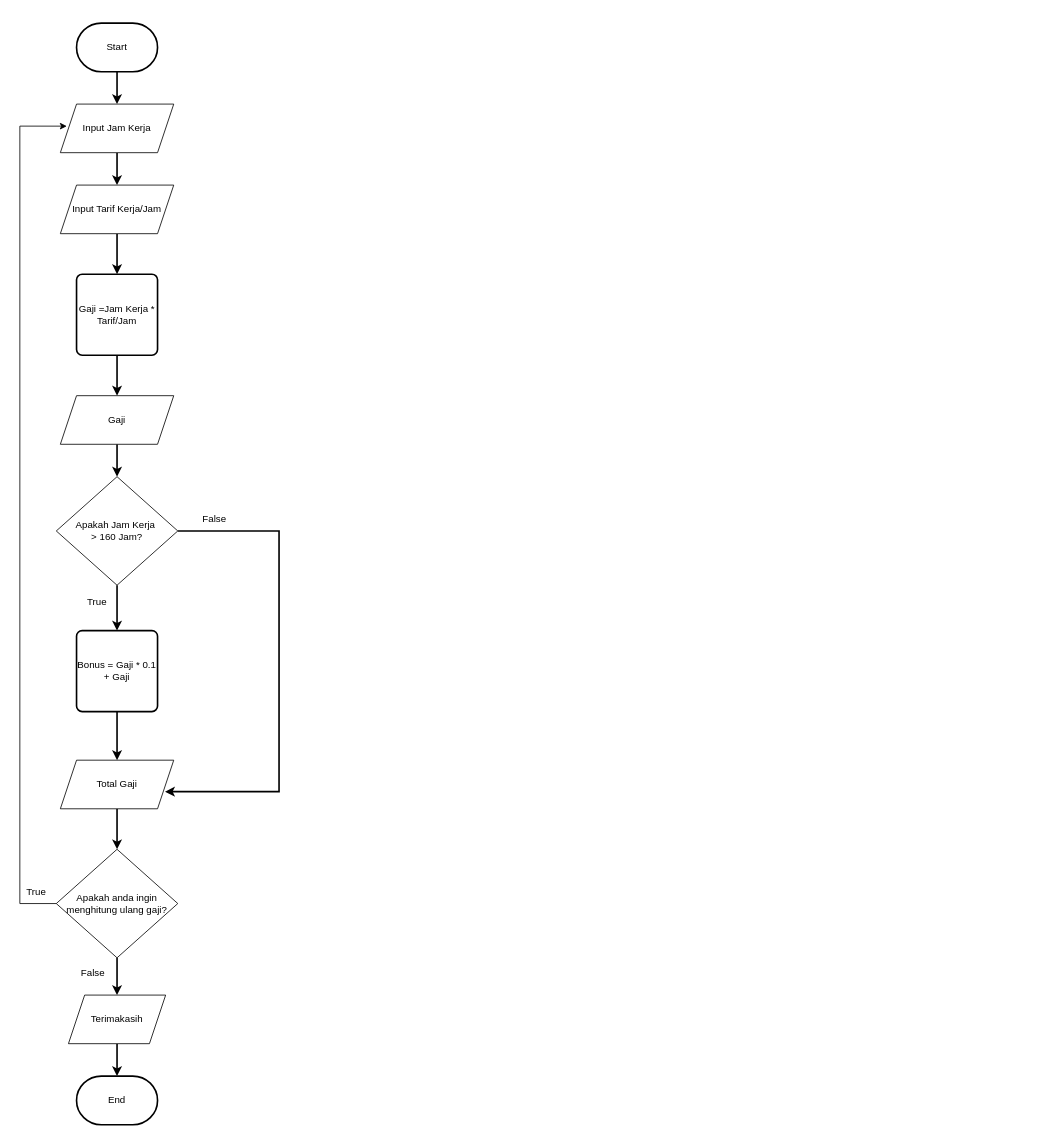
Above: Diagram Tanpa Judul.drawio in dffasyhrndy/Mini-Project-1 (draw.io), before the change. Source tidied: cells renumbered, new cells numbered last; positions are measured from the earlier drawing's top-left corner, leaving out a move shared by most shapes. Both pictures are drawn from the tidied source at 81%, with x=0, y=0 at pixel (15, 23).
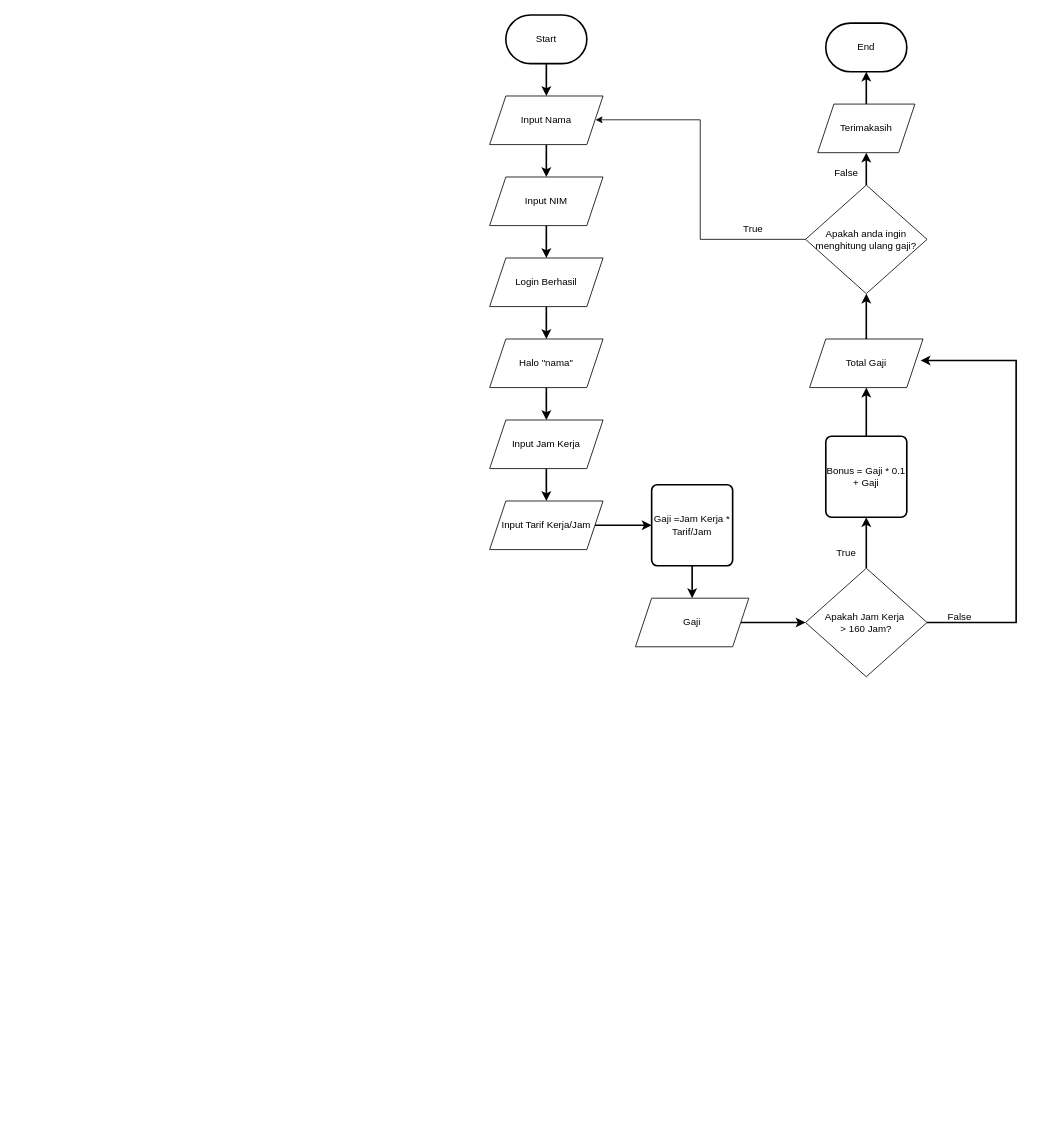
After the change.

Diff of the diagram source:
```diff
@@
-    <mxCell id="2" style="edgeStyle=orthogonalEdgeStyle;rounded=0;jettySize=auto;html=1;strokeWidth=2;" parent="1" edge="1" source="3" target="5">
-      <mxGeometry relative="1" as="geometry" />
-    </mxCell>
+    <mxCell id="29" style="edgeStyle=orthogonalEdgeStyle;rounded=0;jettySize=auto;html=1;strokeWidth=2;" parent="1" edge="1" source="3" target="31">
+      <mxGeometry relative="1" as="geometry" />
+    </mxCell>
     <mxCell id="3" value="Start" style="strokeWidth=2;html=1;shape=mxgraph.flowchart.terminator;whiteSpace=wrap;" parent="1" vertex="1">
-      <mxGeometry x="75" width="100" height="60" as="geometry" />
+      <mxGeometry x="605" y="-10" width="100" height="60" as="geometry" />
     </mxCell>
+    <mxCell id="30" style="edgeStyle=orthogonalEdgeStyle;rounded=0;jettySize=auto;html=1;strokeWidth=2;" parent="1" edge="1" source="31" target="33">
+      <mxGeometry relative="1" as="geometry" />
+    </mxCell>
+    <mxCell id="31" value="Input Nama" style="shape=parallelogram;perimeter=parallelogramPerimeter;whiteSpace=wrap;html=1;fixedSize=1;" parent="1" vertex="1">
+      <mxGeometry x="585" y="90" width="140" height="60" as="geometry" />
+    </mxCell>
+    <mxCell id="32" style="edgeStyle=orthogonalEdgeStyle;rounded=0;jettySize=auto;html=1;strokeWidth=2;" parent="1" edge="1" source="33" target="35">
+      <mxGeometry relative="1" as="geometry" />
+    </mxCell>
+    <mxCell id="33" value="Input NIM" style="shape=parallelogram;perimeter=parallelogramPerimeter;whiteSpace=wrap;html=1;fixedSize=1;" parent="1" vertex="1">
+      <mxGeometry x="585" y="190" width="140" height="60" as="geometry" />
+    </mxCell>
+    <mxCell id="34" style="edgeStyle=orthogonalEdgeStyle;rounded=0;jettySize=auto;html=1;strokeWidth=2;" parent="1" edge="1" source="35" target="37">
+      <mxGeometry relative="1" as="geometry" />
+    </mxCell>
+    <mxCell id="35" value="Login Berhasil" style="shape=parallelogram;perimeter=parallelogramPerimeter;whiteSpace=wrap;html=1;fixedSize=1;" parent="1" vertex="1">
+      <mxGeometry x="585" y="290" width="140" height="60" as="geometry" />
+    </mxCell>
+    <mxCell id="36" style="edgeStyle=orthogonalEdgeStyle;rounded=0;jettySize=auto;html=1;strokeWidth=2;" parent="1" edge="1" source="37" target="5">
+      <mxGeometry relative="1" as="geometry" />
+    </mxCell>
+    <mxCell id="37" value="Halo &quot;nama&quot;" style="shape=parallelogram;perimeter=parallelogramPerimeter;whiteSpace=wrap;html=1;fixedSize=1;" parent="1" vertex="1">
+      <mxGeometry x="585" y="390" width="140" height="60" as="geometry" />
+    </mxCell>
@@
     <mxCell id="5" value="Input Jam Kerja" style="shape=parallelogram;perimeter=parallelogramPerimeter;whiteSpace=wrap;html=1;fixedSize=1;" parent="1" vertex="1">
-      <mxGeometry x="55" y="100" width="140" height="60" as="geometry" />
+      <mxGeometry x="585" y="490" width="140" height="60" as="geometry" />
     </mxCell>
@@
     <mxCell id="7" value="Input Tarif Kerja/Jam" style="shape=parallelogram;perimeter=parallelogramPerimeter;whiteSpace=wrap;html=1;fixedSize=1;" parent="1" vertex="1">
-      <mxGeometry x="55" y="200" width="140" height="60" as="geometry" />
+      <mxGeometry x="585" y="590" width="140" height="60" as="geometry" />
     </mxCell>
@@
     <mxCell id="9" value="Gaji =Jam Kerja * Tarif/Jam" style="rounded=1;whiteSpace=wrap;html=1;absoluteArcSize=1;arcSize=14;strokeWidth=2;" parent="1" vertex="1">
-      <mxGeometry x="75" y="310" width="100" height="100" as="geometry" />
+      <mxGeometry x="785" y="570" width="100" height="100" as="geometry" />
     </mxCell>
@@
     <mxCell id="11" value="Gaji" style="shape=parallelogram;perimeter=parallelogramPerimeter;whiteSpace=wrap;html=1;fixedSize=1;" parent="1" vertex="1">
-      <mxGeometry x="55" y="460" width="140" height="60" as="geometry" />
+      <mxGeometry x="765" y="710" width="140" height="60" as="geometry" />
     </mxCell>
@@
     <mxCell id="13" value="Apakah Jam Kerja&amp;nbsp;&lt;div&gt;&amp;gt; 160 Jam?&lt;/div&gt;" style="rhombus;whiteSpace=wrap;html=1;" parent="1" vertex="1">
-      <mxGeometry x="50" y="560" width="150" height="134" as="geometry" />
+      <mxGeometry x="975" y="673" width="150" height="134" as="geometry" />
     </mxCell>
@@
     <mxCell id="15" value="Bonus = Gaji * 0.1 + Gaji" style="rounded=1;whiteSpace=wrap;html=1;absoluteArcSize=1;arcSize=14;strokeWidth=2;" parent="1" vertex="1">
-      <mxGeometry x="75" y="750" width="100" height="100" as="geometry" />
+      <mxGeometry x="1000" y="510" width="100" height="100" as="geometry" />
     </mxCell>
@@
     <mxCell id="17" value="Total Gaji" style="shape=parallelogram;perimeter=parallelogramPerimeter;whiteSpace=wrap;html=1;fixedSize=1;" parent="1" vertex="1">
-      <mxGeometry x="55" y="910" width="140" height="60" as="geometry" />
+      <mxGeometry x="980" y="390" width="140" height="60" as="geometry" />
     </mxCell>
-    <mxCell id="18" style="edgeStyle=orthogonalEdgeStyle;rounded=0;jettySize=auto;html=1;entryX=0.923;entryY=0.647;entryDx=0;entryDy=0;entryPerimeter=0;strokeWidth=2;" parent="1" edge="1" source="13" target="17">
+    <mxCell id="18" style="edgeStyle=orthogonalEdgeStyle;rounded=0;jettySize=auto;html=1;entryX=0.979;entryY=0.442;entryDx=0;entryDy=0;entryPerimeter=0;strokeWidth=2;" parent="1" edge="1" source="13" target="17">
       <mxGeometry relative="1" as="geometry">
         <Array as="points">
-          <mxPoint x="325" y="627" />
-          <mxPoint x="325" y="949" />
+          <mxPoint x="1235" y="740" />
+          <mxPoint x="1235" y="417" />
         </Array>
       </mxGeometry>
     </mxCell>
-    <mxCell id="19" value="False" style="text;html=1;align=center;verticalAlign=middle;strokeColor=none;fillColor=none;" parent="1" vertex="1">
-      <mxGeometry x="220" y="598" width="50" height="30" as="geometry" />
-    </mxCell>
-    <mxCell id="20" value="True" style="text;html=1;align=center;verticalAlign=middle;strokeColor=none;fillColor=none;" parent="1" vertex="1">
-      <mxGeometry x="75" y="700" width="50" height="30" as="geometry" />
-    </mxCell>
@@
     <mxCell id="22" value="Apakah anda ingin menghitung ulang gaji?" style="rhombus;whiteSpace=wrap;html=1;" parent="1" vertex="1">
-      <mxGeometry x="50" y="1020" width="150" height="134" as="geometry" />
+      <mxGeometry x="975" y="200" width="150" height="134" as="geometry" />
     </mxCell>
@@
     <mxCell id="24" value="Terimakasih" style="shape=parallelogram;perimeter=parallelogramPerimeter;whiteSpace=wrap;html=1;fixedSize=1;" parent="1" vertex="1">
-      <mxGeometry x="65" y="1200" width="120" height="60" as="geometry" />
+      <mxGeometry x="990" y="100" width="120" height="60" as="geometry" />
     </mxCell>
-    <mxCell id="25" value="False" style="text;html=1;align=center;verticalAlign=middle;strokeColor=none;fillColor=none;" parent="1" vertex="1">
-      <mxGeometry x="70" y="1158" width="50" height="30" as="geometry" />
-    </mxCell>
-    <mxCell id="26" style="edgeStyle=orthogonalEdgeStyle;rounded=0;jettySize=auto;html=1;entryX=0.057;entryY=0.454;entryDx=0;entryDy=0;entryPerimeter=0;" parent="1" edge="1" source="22" target="5">
-      <mxGeometry relative="1" as="geometry">
-        <Array as="points">
-          <mxPoint x="5" y="1087" />
-          <mxPoint x="5" y="127" />
-        </Array>
-      </mxGeometry>
-    </mxCell>
-    <mxCell id="27" value="True" style="text;html=1;align=center;verticalAlign=middle;strokeColor=none;fillColor=none;" parent="1" vertex="1">
-      <mxGeometry y="1058" width="50" height="30" as="geometry" />
-    </mxCell>
     <mxCell id="28" value="End" style="strokeWidth=2;html=1;shape=mxgraph.flowchart.terminator;whiteSpace=wrap;" parent="1" vertex="1">
-      <mxGeometry x="75" y="1300" width="100" height="60" as="geometry" />
+      <mxGeometry x="1000" width="100" height="60" as="geometry" />
     </mxCell>
+    <mxCell id="38" style="edgeStyle=orthogonalEdgeStyle;rounded=0;jettySize=auto;html=1;entryX=0.934;entryY=0.49;entryDx=0;entryDy=0;entryPerimeter=0;" parent="1" edge="1" source="22" target="31">
+      <mxGeometry relative="1" as="geometry">
+        <Array as="points">
+          <mxPoint x="845" y="267" />
+          <mxPoint x="845" y="119" />
+        </Array>
+      </mxGeometry>
+    </mxCell>
+    <mxCell id="39" value="True" style="text;html=1;align=center;verticalAlign=middle;strokeColor=none;fillColor=none;" parent="1" vertex="1">
+      <mxGeometry x="1000" y="640" width="50" height="30" as="geometry" />
+    </mxCell>
+    <mxCell id="40" value="False" style="text;html=1;align=center;verticalAlign=middle;strokeColor=none;fillColor=none;" parent="1" vertex="1">
+      <mxGeometry x="1140" y="718" width="50" height="30" as="geometry" />
+    </mxCell>
+    <mxCell id="41" value="True" style="text;html=1;align=center;verticalAlign=middle;strokeColor=none;fillColor=none;" parent="1" vertex="1">
+      <mxGeometry x="885" y="240" width="50" height="30" as="geometry" />
+    </mxCell>
+    <mxCell id="42" value="False" style="text;html=1;align=center;verticalAlign=middle;strokeColor=none;fillColor=none;" parent="1" vertex="1">
+      <mxGeometry x="1000" y="170" width="50" height="30" as="geometry" />
+    </mxCell>
```
